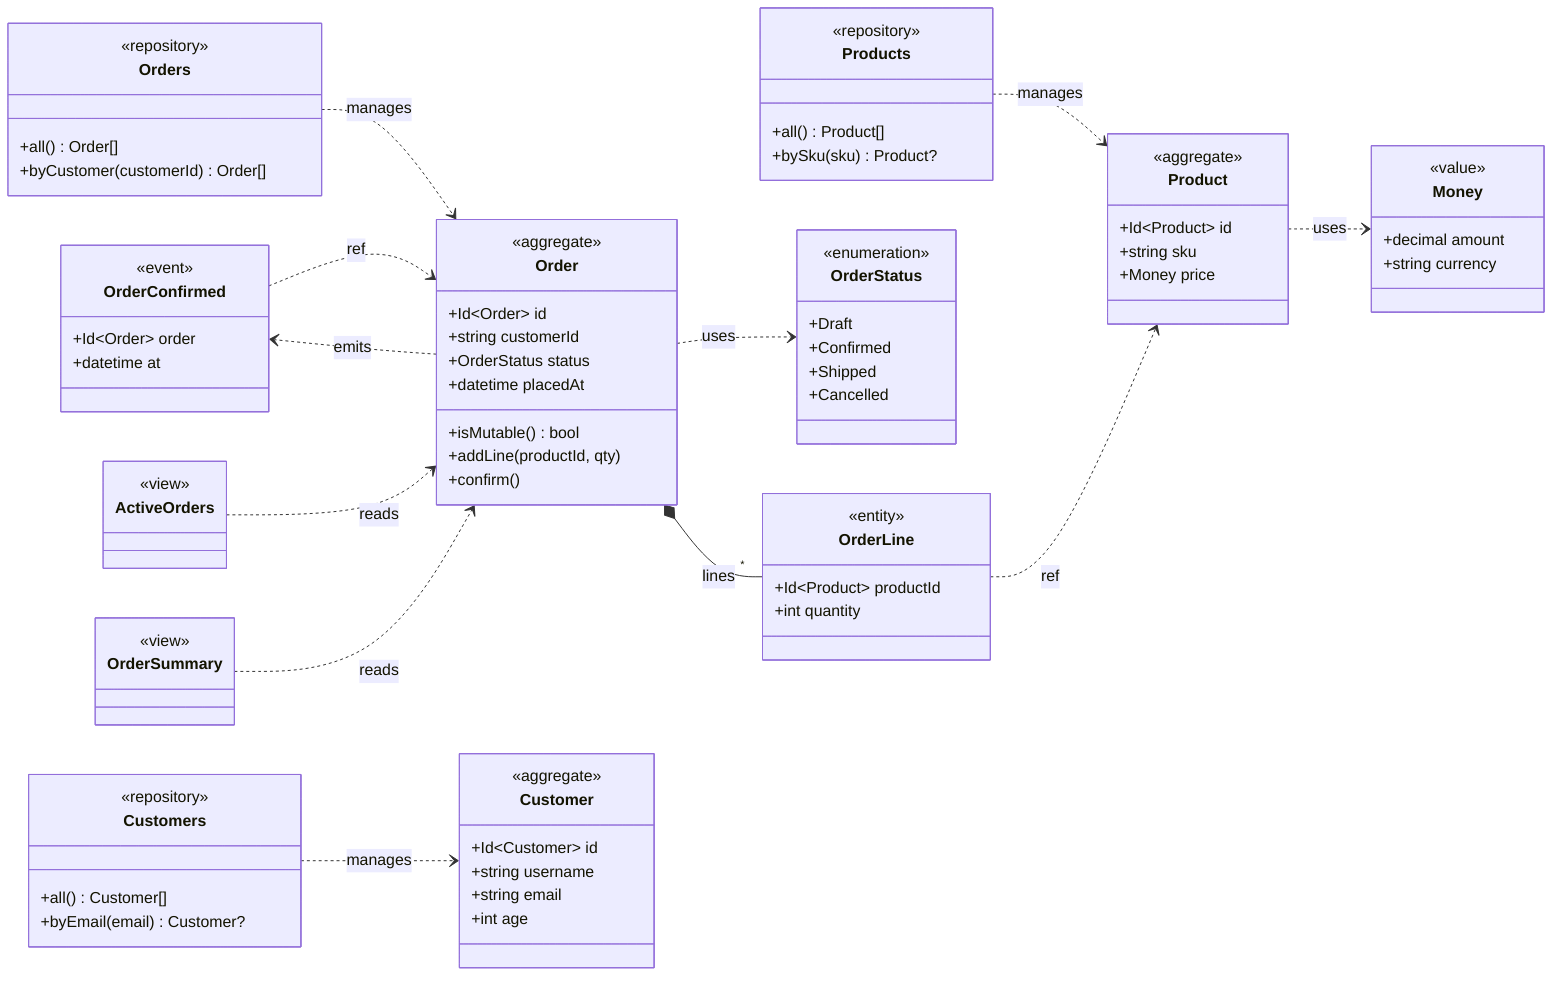
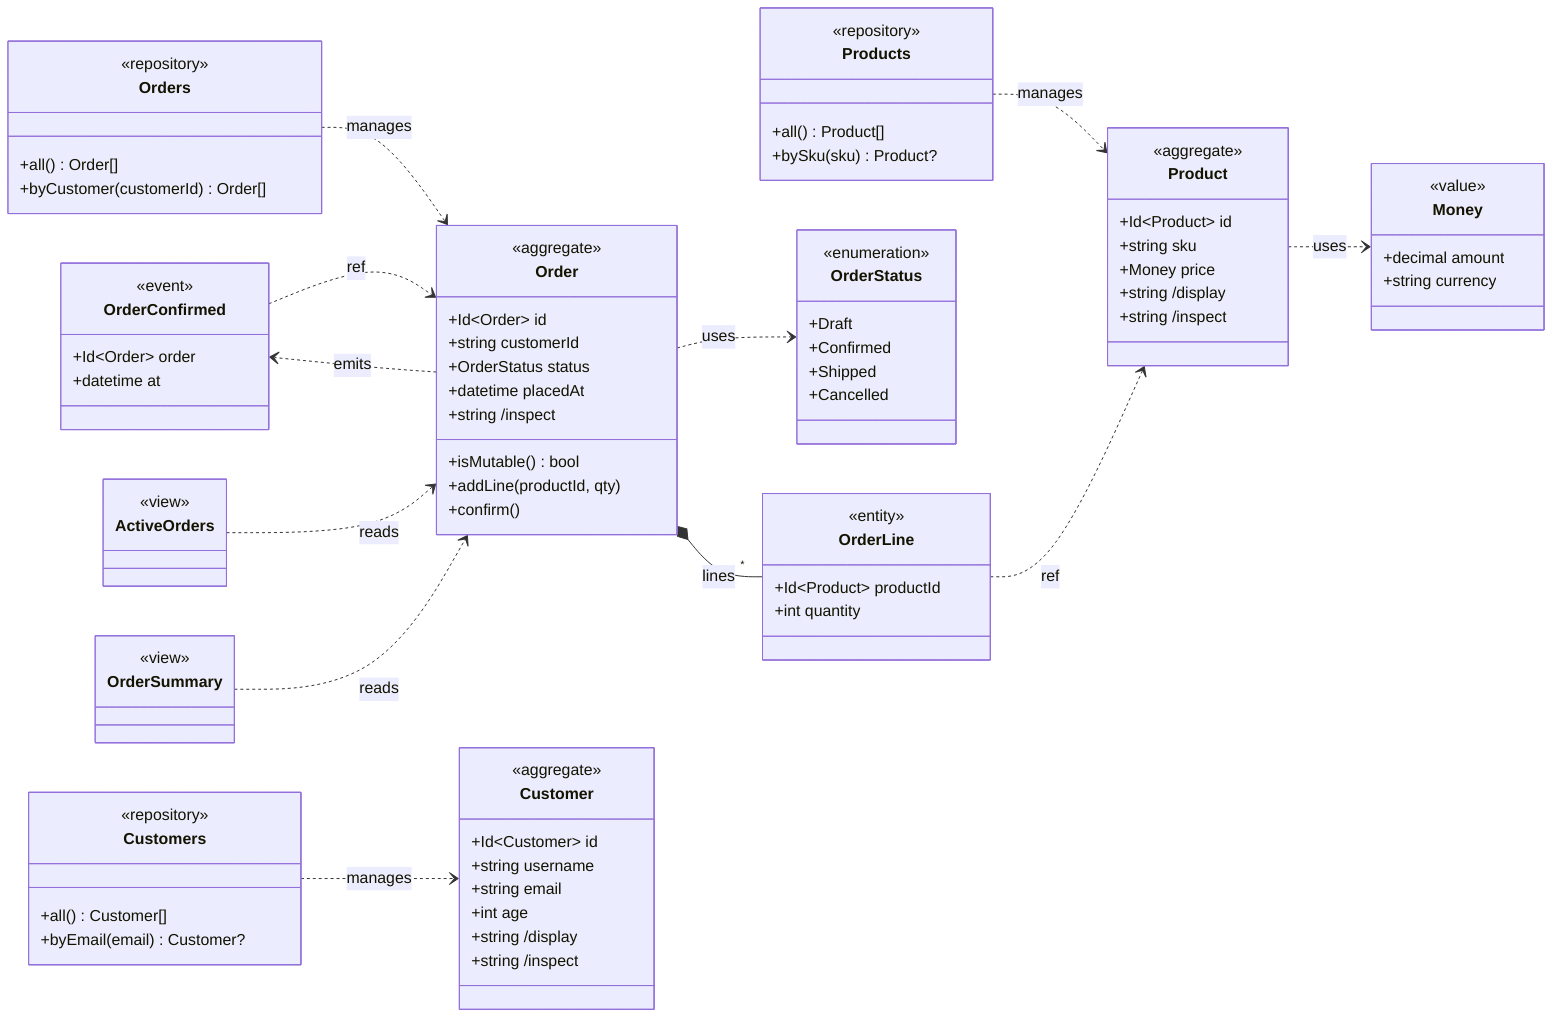
%% Loom domain diagram — generated from the IR, do not edit by hand.
%% System: Acme
classDiagram
  direction LR
  %% Catalog / Products
  class Money {
    <<value>>
    +decimal amount
    +string currency
  }
  class Product {
    <<aggregate>>
    +Id~Product~ id
    +string sku
    +Money price
+     +string /display
+     +string /inspect
  }
  class Products {
    <<repository>>
    +all() Product[]
    +bySku(sku) Product?
  }
  %% Sales / Orders
  class OrderStatus {
    <<enumeration>>
    +Draft
    +Confirmed
    +Shipped
    +Cancelled
  }
  class OrderConfirmed {
    <<event>>
    +Id~Order~ order
    +datetime at
  }
  class Order {
    <<aggregate>>
    +Id~Order~ id
    +string customerId
    +OrderStatus status
    +datetime placedAt
+     +string /inspect
    +isMutable() bool
    +addLine(productId, qty)
    +confirm()
  }
  class OrderLine {
    <<entity>>
    +Id~Product~ productId
    +int quantity
  }
  class Orders {
    <<repository>>
    +all() Order[]
    +byCustomer(customerId) Order[]
  }
  class ActiveOrders {
    <<view>>
  }
  class OrderSummary {
    <<view>>
  }
  %% CustomerMgmt / Customers
  class Customer {
    <<aggregate>>
    +Id~Customer~ id
    +string username
    +string email
    +int age
+     +string /display
+     +string /inspect
  }
  class Customers {
    <<repository>>
    +all() Customer[]
    +byEmail(email) Customer?
  }
  Product ..> Money : uses
  Products ..> Product : manages
  OrderConfirmed ..> Order : ref
  Order ..> OrderStatus : uses
  Order *-- "*" OrderLine : lines
  Order ..> OrderConfirmed : emits
  OrderLine ..> Product : ref
  Orders ..> Order : manages
  ActiveOrders ..> Order : reads
  OrderSummary ..> Order : reads
  Customers ..> Customer : manages
